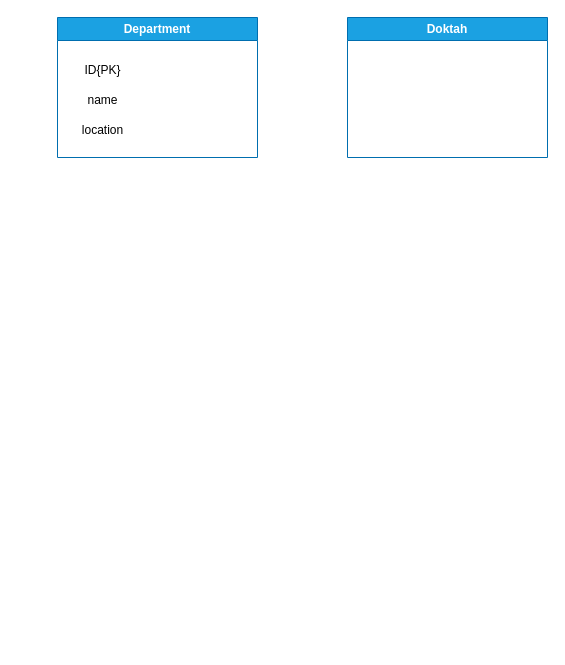
This is Untitled Diagram.drawio from Antonioiewh/DB_MANAGEMENT, a draw.io file, before an edit. Source tidied: cells renumbered, new cells numbered last; positions are measured from the earlier drawing's top-left corner, leaving out a move shared by most shapes. Both pictures are drawn from the tidied source at 100%, with x=0, y=0 at pixel (57, 17).
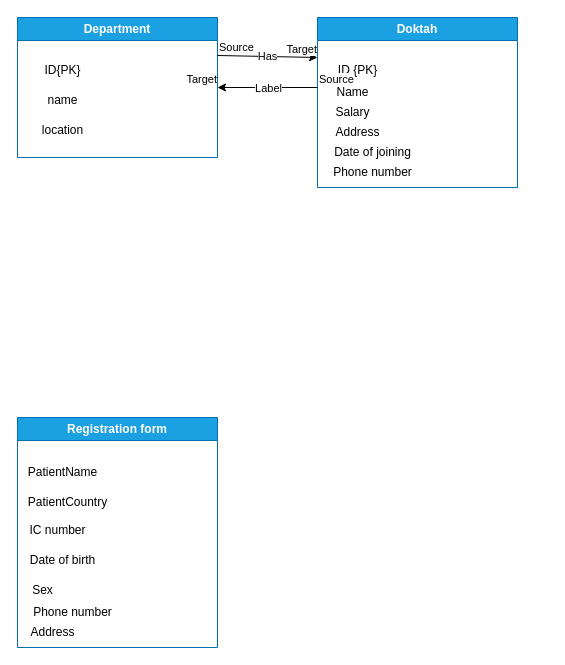
Above is the later version.

Change to the diagram source:
```diff
@@
     <mxCell id="2" value="Department" style="swimlane;whiteSpace=wrap;html=1;fillColor=#1ba1e2;fontColor=#ffffff;strokeColor=#006EAF;fillStyle=auto;" parent="1" vertex="1">
-      <mxGeometry width="200" height="140" as="geometry" />
+      <mxGeometry x="-40" width="200" height="140" as="geometry" />
     </mxCell>
@@
     <mxCell id="6" value="Doktah" style="swimlane;whiteSpace=wrap;html=1;fillColor=#1ba1e2;fontColor=#ffffff;strokeColor=#006EAF;" parent="1" vertex="1">
-      <mxGeometry x="290" width="200" height="140" as="geometry" />
+      <mxGeometry x="260" width="200" height="170" as="geometry" />
     </mxCell>
+    <mxCell id="7" value="Name" style="text;html=1;align=center;verticalAlign=middle;strokeColor=none;fillColor=none;" parent="6" vertex="1">
+      <mxGeometry x="5" y="60" width="60" height="30" as="geometry" />
+    </mxCell>
+    <mxCell id="8" value="Phone number" style="text;html=1;align=center;verticalAlign=middle;strokeColor=none;fillColor=none;" parent="6" vertex="1">
+      <mxGeometry x="5" y="140" width="100" height="30" as="geometry" />
+    </mxCell>
+    <mxCell id="9" value="ID {PK}" style="text;html=1;align=center;verticalAlign=middle;strokeColor=none;fillColor=none;" parent="6" vertex="1">
+      <mxGeometry x="10" y="38" width="60" height="30" as="geometry" />
+    </mxCell>
+    <mxCell id="10" value="Address" style="text;html=1;align=center;verticalAlign=middle;strokeColor=none;fillColor=none;" parent="6" vertex="1">
+      <mxGeometry x="5" y="100" width="70" height="30" as="geometry" />
+    </mxCell>
+    <mxCell id="11" value="Salary" style="text;html=1;align=center;verticalAlign=middle;strokeColor=none;fillColor=none;" parent="6" vertex="1">
+      <mxGeometry x="5" y="80" width="60" height="30" as="geometry" />
+    </mxCell>
+    <mxCell id="12" value="Date of joining" style="text;html=1;align=center;verticalAlign=middle;strokeColor=none;fillColor=none;" parent="6" vertex="1">
+      <mxGeometry x="5" y="120" width="100" height="30" as="geometry" />
+    </mxCell>
+    <mxCell id="13" style="endArrow=classic;html=1;rounded=0;" parent="1" edge="1">
+      <mxGeometry relative="1" as="geometry">
+        <mxPoint x="160" y="38" as="sourcePoint" />
+        <mxPoint x="260" y="40" as="targetPoint" />
+      </mxGeometry>
+    </mxCell>
+    <mxCell id="14" value="Has" style="edgeLabel;html=1;align=center;verticalAlign=middle;" parent="13" vertex="1">
+      <mxGeometry relative="1" as="geometry" />
+    </mxCell>
+    <mxCell id="15" value="Source" style="edgeLabel;html=1;align=left;verticalAlign=bottom;" parent="13" vertex="1">
+      <mxGeometry x="-1" relative="1" as="geometry" />
+    </mxCell>
+    <mxCell id="16" value="Target" style="edgeLabel;html=1;align=right;verticalAlign=bottom;" parent="13" vertex="1">
+      <mxGeometry x="1" relative="1" as="geometry" />
+    </mxCell>
+    <mxCell id="17" style="endArrow=classic;html=1;rounded=0;" parent="1" edge="1">
+      <mxGeometry relative="1" as="geometry">
+        <mxPoint x="260" y="70" as="sourcePoint" />
+        <mxPoint x="160" y="70" as="targetPoint" />
+      </mxGeometry>
+    </mxCell>
+    <mxCell id="18" value="Label" style="edgeLabel;html=1;align=center;verticalAlign=middle;" parent="17" vertex="1">
+      <mxGeometry relative="1" as="geometry" />
+    </mxCell>
+    <mxCell id="19" value="Source" style="edgeLabel;html=1;align=left;verticalAlign=bottom;" parent="17" vertex="1">
+      <mxGeometry x="-1" relative="1" as="geometry" />
+    </mxCell>
+    <mxCell id="20" value="Target" style="edgeLabel;html=1;align=right;verticalAlign=bottom;" parent="17" vertex="1">
+      <mxGeometry x="1" relative="1" as="geometry" />
+    </mxCell>
+    <mxCell id="21" value="Registration form" style="swimlane;whiteSpace=wrap;html=1;fillColor=#1ba1e2;fontColor=#ffffff;strokeColor=#006EAF;" parent="1" vertex="1">
+      <mxGeometry x="-40" y="400" width="200" height="230" as="geometry" />
+    </mxCell>
+    <mxCell id="22" value="PatientName" style="text;html=1;align=center;verticalAlign=middle;strokeColor=none;fillColor=none;" parent="21" vertex="1">
+      <mxGeometry y="40" width="90" height="30" as="geometry" />
+    </mxCell>
+    <mxCell id="23" value="PatientCountry" style="text;html=1;align=center;verticalAlign=middle;strokeColor=none;fillColor=none;" parent="21" vertex="1">
+      <mxGeometry y="70" width="100" height="30" as="geometry" />
+    </mxCell>
+    <mxCell id="24" value="IC number" style="text;html=1;align=center;verticalAlign=middle;strokeColor=none;fillColor=none;" parent="21" vertex="1">
+      <mxGeometry y="98" width="80" height="30" as="geometry" />
+    </mxCell>
+    <mxCell id="25" value="Date of birth" style="text;html=1;align=center;verticalAlign=middle;strokeColor=none;fillColor=none;" parent="21" vertex="1">
+      <mxGeometry y="128" width="90" height="30" as="geometry" />
+    </mxCell>
+    <mxCell id="26" value="Sex" style="text;html=1;align=center;verticalAlign=middle;strokeColor=none;fillColor=none;" parent="21" vertex="1">
+      <mxGeometry x="5" y="158" width="40" height="30" as="geometry" />
+    </mxCell>
+    <mxCell id="27" value="Phone number" style="text;html=1;align=center;verticalAlign=middle;strokeColor=none;fillColor=none;" parent="21" vertex="1">
+      <mxGeometry x="5" y="180" width="100" height="30" as="geometry" />
+    </mxCell>
+    <mxCell id="28" value="Address" style="text;html=1;align=center;verticalAlign=middle;strokeColor=none;fillColor=none;" parent="21" vertex="1">
+      <mxGeometry y="200" width="70" height="30" as="geometry" />
+    </mxCell>
```
